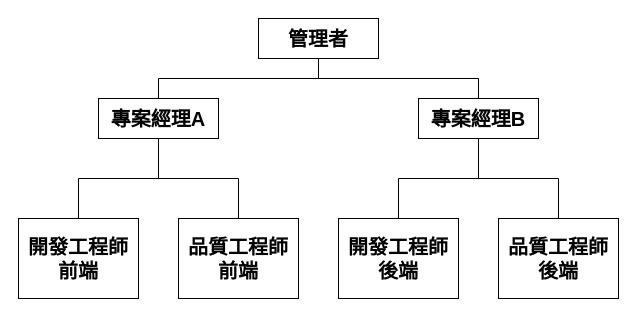
Earlier version of the draw.io diagram page "第 3 页" (3 of 3) of assets/image/Infomation/2025_06_07/chart.drawio (gotoa1234/gotoa1234.github.io). Source tidied: cells renumbered, new cells numbered last; positions are measured from the earlier drawing's top-left corner, leaving out a move shared by most shapes. Both pictures are drawn from the tidied source at 100%, with x=0, y=0 at pixel (18, 18).
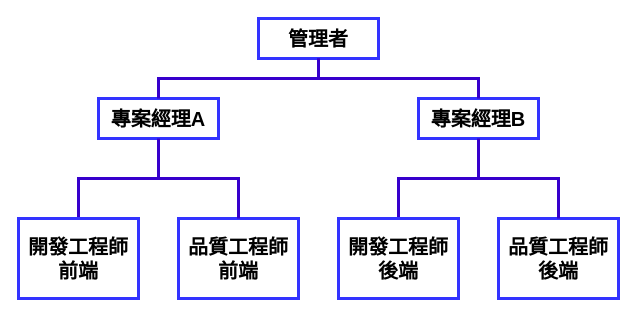
The same page after the edit.

Change to the diagram source:
```diff
@@
-    <mxCell id="2" value="管理者" style="rounded=0;whiteSpace=wrap;html=1;strokeWidth=1;fontStyle=1;fontSize=20;" parent="1" vertex="1">
+    <mxCell id="2" value="管理者" style="rounded=0;whiteSpace=wrap;html=1;strokeWidth=3;fontStyle=1;fontSize=20;strokeColor=#3333FF;" parent="1" vertex="1">
       <mxGeometry x="240" width="120" height="40" as="geometry" />
     </mxCell>
-    <mxCell id="3" style="edgeStyle=orthogonalEdgeStyle;rounded=0;jettySize=auto;html=1;exitX=0.5;exitY=1;exitDx=0;exitDy=0;entryX=0.5;entryY=0;entryDx=0;entryDy=0;endArrow=none;startFill=0;" parent="1" edge="1" source="4" target="7">
+    <mxCell id="3" style="edgeStyle=orthogonalEdgeStyle;rounded=0;jettySize=auto;html=1;exitX=0.5;exitY=1;exitDx=0;exitDy=0;entryX=0.5;entryY=0;entryDx=0;entryDy=0;endArrow=none;startFill=0;fillColor=#6a00ff;strokeColor=#3700CC;strokeWidth=3;" parent="1" edge="1" source="4" target="7">
       <mxGeometry relative="1" as="geometry" />
     </mxCell>
-    <mxCell id="4" value="專案經理A" style="rounded=0;whiteSpace=wrap;html=1;strokeWidth=1;fontStyle=1;fontSize=20;" parent="1" vertex="1">
+    <mxCell id="4" value="專案經理A" style="rounded=0;whiteSpace=wrap;html=1;strokeWidth=3;fontStyle=1;fontSize=20;strokeColor=#3333FF;" parent="1" vertex="1">
       <mxGeometry x="80" y="80" width="120" height="40" as="geometry" />
     </mxCell>
-    <mxCell id="5" style="edgeStyle=orthogonalEdgeStyle;rounded=0;jettySize=auto;html=1;entryX=0.5;entryY=0;entryDx=0;entryDy=0;endArrow=none;startFill=0;" parent="1" edge="1" source="6" target="9">
+    <mxCell id="5" style="edgeStyle=orthogonalEdgeStyle;rounded=0;jettySize=auto;html=1;entryX=0.5;entryY=0;entryDx=0;entryDy=0;endArrow=none;startFill=0;fillColor=#6a00ff;strokeColor=#3700CC;strokeWidth=3;" parent="1" edge="1" source="6" target="9">
       <mxGeometry relative="1" as="geometry" />
     </mxCell>
-    <mxCell id="6" value="專案經理B" style="rounded=0;whiteSpace=wrap;html=1;strokeWidth=1;fontStyle=1;fontSize=20;" parent="1" vertex="1">
+    <mxCell id="6" value="專案經理B" style="rounded=0;whiteSpace=wrap;html=1;strokeWidth=3;fontStyle=1;fontSize=20;strokeColor=#3333FF;" parent="1" vertex="1">
       <mxGeometry x="400" y="80" width="120" height="40" as="geometry" />
     </mxCell>
-    <mxCell id="7" value="開發工程師&lt;br&gt;前端" style="rounded=0;whiteSpace=wrap;html=1;strokeWidth=1;fontStyle=1;fontSize=20;" parent="1" vertex="1">
+    <mxCell id="7" value="開發工程師&lt;br&gt;前端" style="rounded=0;whiteSpace=wrap;html=1;strokeWidth=3;fontStyle=1;fontSize=20;strokeColor=#3333FF;" parent="1" vertex="1">
       <mxGeometry y="200" width="120" height="80" as="geometry" />
     </mxCell>
-    <mxCell id="8" value="品質工程師&lt;br&gt;前端" style="rounded=0;whiteSpace=wrap;html=1;strokeWidth=1;fontStyle=1;fontSize=20;" parent="1" vertex="1">
+    <mxCell id="8" value="品質工程師&lt;br&gt;前端" style="rounded=0;whiteSpace=wrap;html=1;strokeWidth=3;fontStyle=1;fontSize=20;strokeColor=#3333FF;" parent="1" vertex="1">
       <mxGeometry x="160" y="200" width="120" height="80" as="geometry" />
     </mxCell>
-    <mxCell id="9" value="開發工程師&lt;br&gt;後端" style="rounded=0;whiteSpace=wrap;html=1;strokeWidth=1;fontStyle=1;fontSize=20;" parent="1" vertex="1">
+    <mxCell id="9" value="開發工程師&lt;br&gt;後端" style="rounded=0;whiteSpace=wrap;html=1;strokeWidth=3;fontStyle=1;fontSize=20;strokeColor=#3333FF;" parent="1" vertex="1">
       <mxGeometry x="320" y="200" width="120" height="80" as="geometry" />
     </mxCell>
-    <mxCell id="10" value="品質工程師&lt;br&gt;後端" style="rounded=0;whiteSpace=wrap;html=1;strokeWidth=1;fontStyle=1;fontSize=20;" parent="1" vertex="1">
+    <mxCell id="10" value="品質工程師&lt;br&gt;後端" style="rounded=0;whiteSpace=wrap;html=1;strokeWidth=3;fontStyle=1;fontSize=20;strokeColor=#3333FF;" parent="1" vertex="1">
       <mxGeometry x="480" y="200" width="120" height="80" as="geometry" />
     </mxCell>
-    <mxCell id="11" style="endArrow=none;html=1;rounded=0;entryX=0.5;entryY=1;entryDx=0;entryDy=0;exitX=0.5;exitY=0;exitDx=0;exitDy=0;" parent="1" edge="1" source="4" target="2">
+    <mxCell id="11" style="endArrow=none;html=1;rounded=0;entryX=0.5;entryY=1;entryDx=0;entryDy=0;exitX=0.5;exitY=0;exitDx=0;exitDy=0;fillColor=#6a00ff;strokeColor=#3700CC;strokeWidth=3;" parent="1" edge="1" source="4" target="2">
       <mxGeometry relative="1" as="geometry">
         <Array as="points">
           <mxPoint x="140" y="60" />
           <mxPoint x="300" y="60" />
         </Array>
       </mxGeometry>
     </mxCell>
-    <mxCell id="12" style="endArrow=none;html=1;rounded=0;exitX=0.5;exitY=0;exitDx=0;exitDy=0;" parent="1" edge="1" source="6">
+    <mxCell id="12" style="endArrow=none;html=1;rounded=0;exitX=0.5;exitY=0;exitDx=0;exitDy=0;fillColor=#6a00ff;strokeColor=#3700CC;strokeWidth=3;" parent="1" edge="1" source="6">
       <mxGeometry relative="1" as="geometry">
         <mxPoint x="300" y="40" as="targetPoint" />
         <Array as="points">
           <mxPoint x="460" y="60" />
           <mxPoint x="300" y="60" />
         </Array>
       </mxGeometry>
     </mxCell>
-    <mxCell id="13" style="edgeStyle=orthogonalEdgeStyle;rounded=0;jettySize=auto;html=1;exitX=0.5;exitY=1;exitDx=0;exitDy=0;entryX=0.5;entryY=0;entryDx=0;entryDy=0;endArrow=none;startFill=0;" parent="1" edge="1" source="4" target="8">
+    <mxCell id="13" style="edgeStyle=orthogonalEdgeStyle;rounded=0;jettySize=auto;html=1;exitX=0.5;exitY=1;exitDx=0;exitDy=0;entryX=0.5;entryY=0;entryDx=0;entryDy=0;endArrow=none;startFill=0;fillColor=#6a00ff;strokeColor=#3700CC;strokeWidth=3;" parent="1" edge="1" source="4" target="8">
       <mxGeometry relative="1" as="geometry">
         <Array as="points">
           <mxPoint x="140" y="160" />
           <mxPoint x="220" y="160" />
         </Array>
       </mxGeometry>
     </mxCell>
-    <mxCell id="14" style="edgeStyle=orthogonalEdgeStyle;rounded=0;orthogonalLoop=1;jettySize=auto;html=1;exitX=0.5;exitY=1;exitDx=0;exitDy=0;entryX=0.5;entryY=0;entryDx=0;entryDy=0;endArrow=none;startFill=0;" parent="1" edge="1">
+    <mxCell id="14" style="edgeStyle=orthogonalEdgeStyle;rounded=0;orthogonalLoop=1;jettySize=auto;html=1;exitX=0.5;exitY=1;exitDx=0;exitDy=0;entryX=0.5;entryY=0;entryDx=0;entryDy=0;endArrow=none;startFill=0;fillColor=#6a00ff;strokeColor=#3700CC;strokeWidth=3;" parent="1" edge="1">
       <mxGeometry relative="1" as="geometry">
         <mxPoint x="460" y="120" as="sourcePoint" />
         <mxPoint x="540" y="200" as="targetPoint" />
         <Array as="points">
           <mxPoint x="460" y="160" />
           <mxPoint x="540" y="160" />
         </Array>
       </mxGeometry>
     </mxCell>
```
